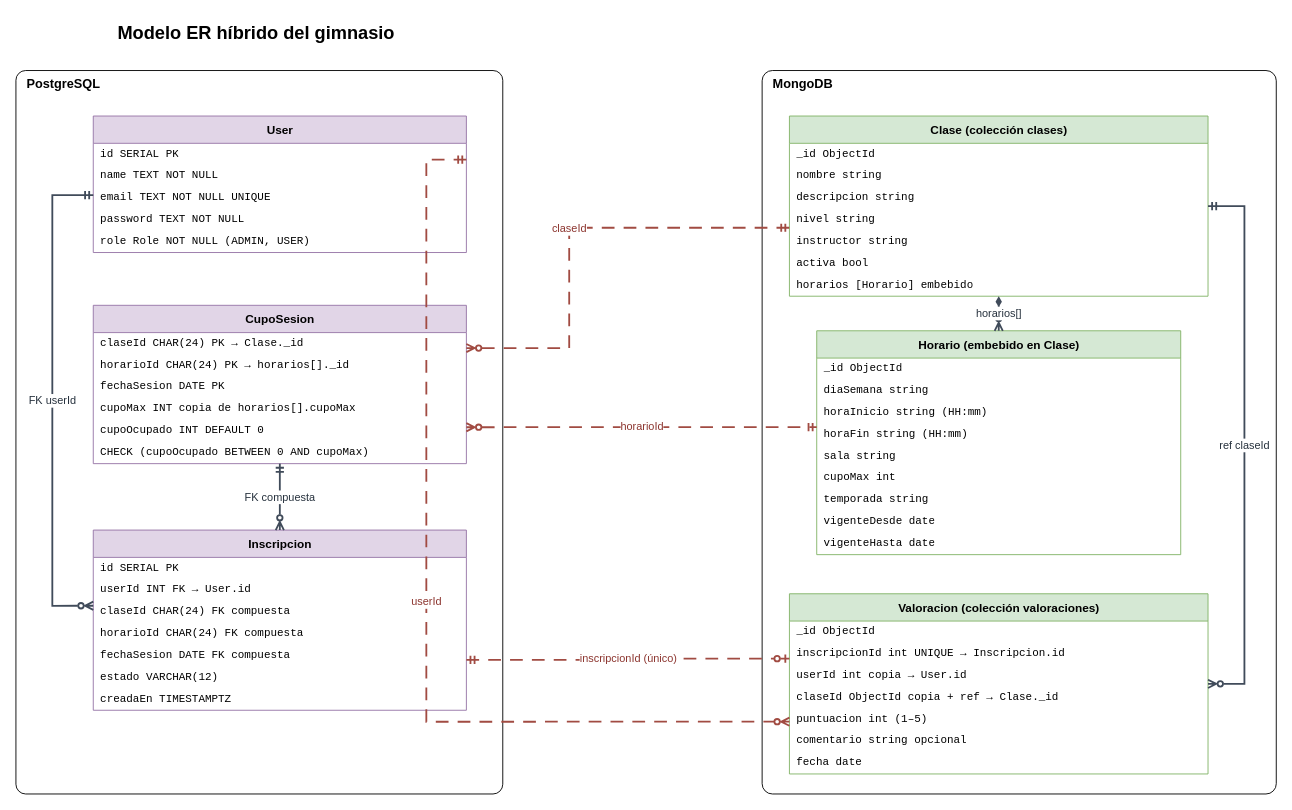
Earlier version of the draw.io diagram docs/gimnasio/gimnasio_er_hibrido.drawio (joseanxs/TareaU2_ModeloHibrido). Source tidied: cells renumbered, new cells numbered last; positions are measured from the earlier drawing's top-left corner, leaving out a move shared by most shapes. Both pictures are drawn from the tidied source at 91%, with x=0, y=0 at pixel (15, 15).
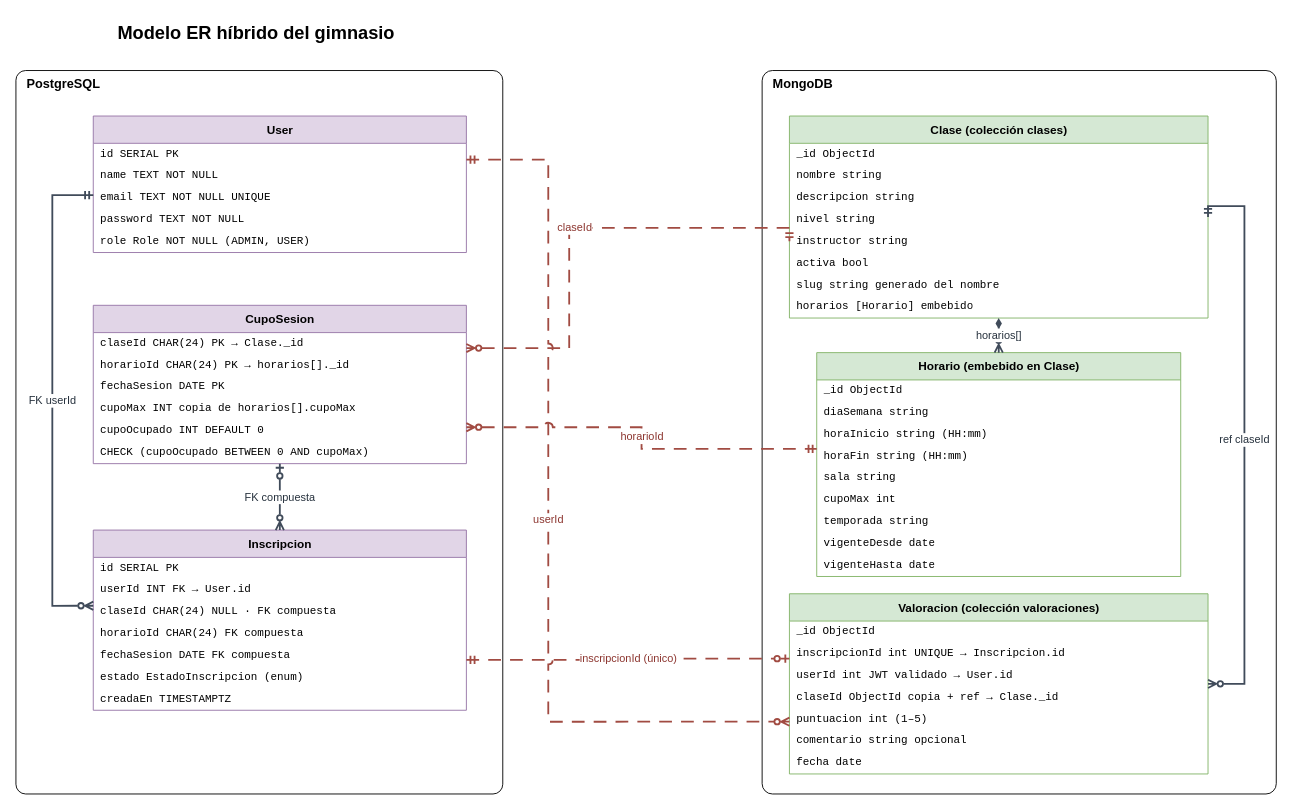
Above is the later version.

The change refers to these unchanged cells:
```xml
<mxCell id="5" value="User" style="swimlane;fontStyle=1;startSize=30;horizontal=1;swimlaneFillColor=#ffffff;html=1;fontSize=13;fillColor=#e1d5e7;strokeColor=#9673a6;" parent="1" vertex="1">
  <mxGeometry x="85" y="110" width="410" height="150" as="geometry" />
</mxCell>
<mxCell id="11" value="Inscripcion" style="swimlane;fontStyle=1;startSize=30;horizontal=1;swimlaneFillColor=#ffffff;html=1;fontSize=13;fillColor=#e1d5e7;strokeColor=#9673a6;" parent="1" vertex="1">
  <mxGeometry x="85" y="565" width="410" height="198" as="geometry" />
</mxCell>
<mxCell id="19" value="CupoSesion" style="swimlane;fontStyle=1;startSize=30;horizontal=1;swimlaneFillColor=#ffffff;html=1;fontSize=13;fillColor=#e1d5e7;strokeColor=#9673a6;" parent="1" vertex="1">
  <mxGeometry x="85" y="318" width="410" height="174" as="geometry" />
</mxCell>
<mxCell id="44" value="Valoracion (colección valoraciones)" style="swimlane;fontStyle=1;startSize=30;horizontal=1;swimlaneFillColor=#ffffff;html=1;fontSize=13;fillColor=#d5e8d4;strokeColor=#82b366;" parent="1" vertex="1">
  <mxGeometry x="850" y="635" width="460" height="198" as="geometry" />
</mxCell>
```

Change to the diagram source:
```diff
@@
-    <mxCell id="14" value="claseId  CHAR(24)  FK compuesta" style="text;align=left;verticalAlign=middle;spacingLeft=6;overflow=hidden;whiteSpace=wrap;html=1;fontFamily=Courier New;fontSize=12;" parent="11" vertex="1">
+    <mxCell id="14" value="claseId  CHAR(24)  NULL · FK compuesta" style="text;align=left;verticalAlign=middle;spacingLeft=6;overflow=hidden;whiteSpace=wrap;html=1;fontFamily=Courier New;fontSize=12;" parent="11" vertex="1">
       <mxGeometry y="78" width="410" height="24" as="geometry" />
     </mxCell>
@@
-    <mxCell id="17" value="estado  VARCHAR(12)" style="text;align=left;verticalAlign=middle;spacingLeft=6;overflow=hidden;whiteSpace=wrap;html=1;fontFamily=Courier New;fontSize=12;" parent="11" vertex="1">
+    <mxCell id="17" value="estado  EstadoInscripcion (enum)" style="text;align=left;verticalAlign=middle;spacingLeft=6;overflow=hidden;whiteSpace=wrap;html=1;fontFamily=Courier New;fontSize=12;" parent="11" vertex="1">
       <mxGeometry y="150" width="410" height="24" as="geometry" />
     </mxCell>
@@
     <mxCell id="26" value="Clase (colección clases)" style="swimlane;fontStyle=1;startSize=30;horizontal=1;swimlaneFillColor=#ffffff;html=1;fontSize=13;fillColor=#d5e8d4;strokeColor=#82b366;" parent="1" vertex="1">
-      <mxGeometry x="850" y="110" width="460" height="198" as="geometry" />
+      <mxGeometry x="850" y="110" width="460" height="222" as="geometry" />
     </mxCell>
@@
+    <mxCell id="60" value="slug  string  generado del nombre" style="text;align=left;verticalAlign=middle;spacingLeft=6;overflow=hidden;whiteSpace=wrap;html=1;fontFamily=Courier New;fontSize=12;" parent="26" vertex="1">
+      <mxGeometry y="174" width="460" height="24" as="geometry" />
+    </mxCell>
     <mxCell id="33" value="horarios  [Horario]  embebido" style="text;align=left;verticalAlign=middle;spacingLeft=6;overflow=hidden;whiteSpace=wrap;html=1;fontFamily=Courier New;fontSize=12;" parent="26" vertex="1">
-      <mxGeometry y="174" width="460" height="24" as="geometry" />
+      <mxGeometry y="198" width="460" height="24" as="geometry" />
     </mxCell>
     <mxCell id="34" value="Horario (embebido en Clase)" style="swimlane;fontStyle=1;startSize=30;horizontal=1;swimlaneFillColor=#ffffff;html=1;fontSize=13;fillColor=#d5e8d4;strokeColor=#82b366;" parent="1" vertex="1">
-      <mxGeometry x="880" y="346" width="400" height="246" as="geometry" />
+      <mxGeometry x="880" y="370" width="400" height="246" as="geometry" />
     </mxCell>
@@
-    <mxCell id="47" value="userId  int  copia → User.id" style="text;align=left;verticalAlign=middle;spacingLeft=6;overflow=hidden;whiteSpace=wrap;html=1;fontFamily=Courier New;fontSize=12;" parent="44" vertex="1">
+    <mxCell id="47" value="userId  int  JWT validado → User.id" style="text;align=left;verticalAlign=middle;spacingLeft=6;overflow=hidden;whiteSpace=wrap;html=1;fontFamily=Courier New;fontSize=12;" parent="44" vertex="1">
       <mxGeometry y="78" width="460" height="24" as="geometry" />
     </mxCell>
@@
     <mxCell id="55" value="userId" style="edgeStyle=orthogonalEdgeStyle;rounded=0;html=1;strokeWidth=2;fontSize=12;endFill=0;startFill=0;labelBackgroundColor=#ffffff;dashed=1;dashPattern=7 5;strokeColor=#a14b42;fontColor=#8c352f;jumpStyle=arc;jumpSize=8;startArrow=ERmandOne;endArrow=ERzeroToMany;exitX=1;exitY=0.32;entryX=0;entryY=0.71;" parent="1" edge="1" source="5" target="44">
       <mxGeometry relative="1" as="geometry">
         <Array as="points">
-          <mxPoint x="451" y="158" />
-          <mxPoint x="451" y="776" />
+          <mxPoint x="585" y="158" />
+          <mxPoint x="585" y="776" />
         </Array>
       </mxGeometry>
     </mxCell>
@@
-    <mxCell id="58" value="FK compuesta" style="edgeStyle=orthogonalEdgeStyle;rounded=0;html=1;strokeWidth=2;fontSize=12;endFill=0;startFill=0;labelBackgroundColor=#ffffff;strokeColor=#404b5a;fontColor=#26313d;startArrow=ERmandOne;endArrow=ERzeroToMany;exitX=0.50;exitY=1;entryX=0.50;entryY=0;" parent="1" edge="1" source="19" target="11">
+    <mxCell id="58" value="FK compuesta" style="edgeStyle=orthogonalEdgeStyle;rounded=0;html=1;strokeWidth=2;fontSize=12;endFill=0;startFill=0;labelBackgroundColor=#ffffff;strokeColor=#404b5a;fontColor=#26313d;startArrow=ERzeroToOne;endArrow=ERzeroToMany;exitX=0.50;exitY=1;entryX=0.50;entryY=0;" parent="1" edge="1" source="19" target="11">
       <mxGeometry relative="1" as="geometry" />
     </mxCell>
```
